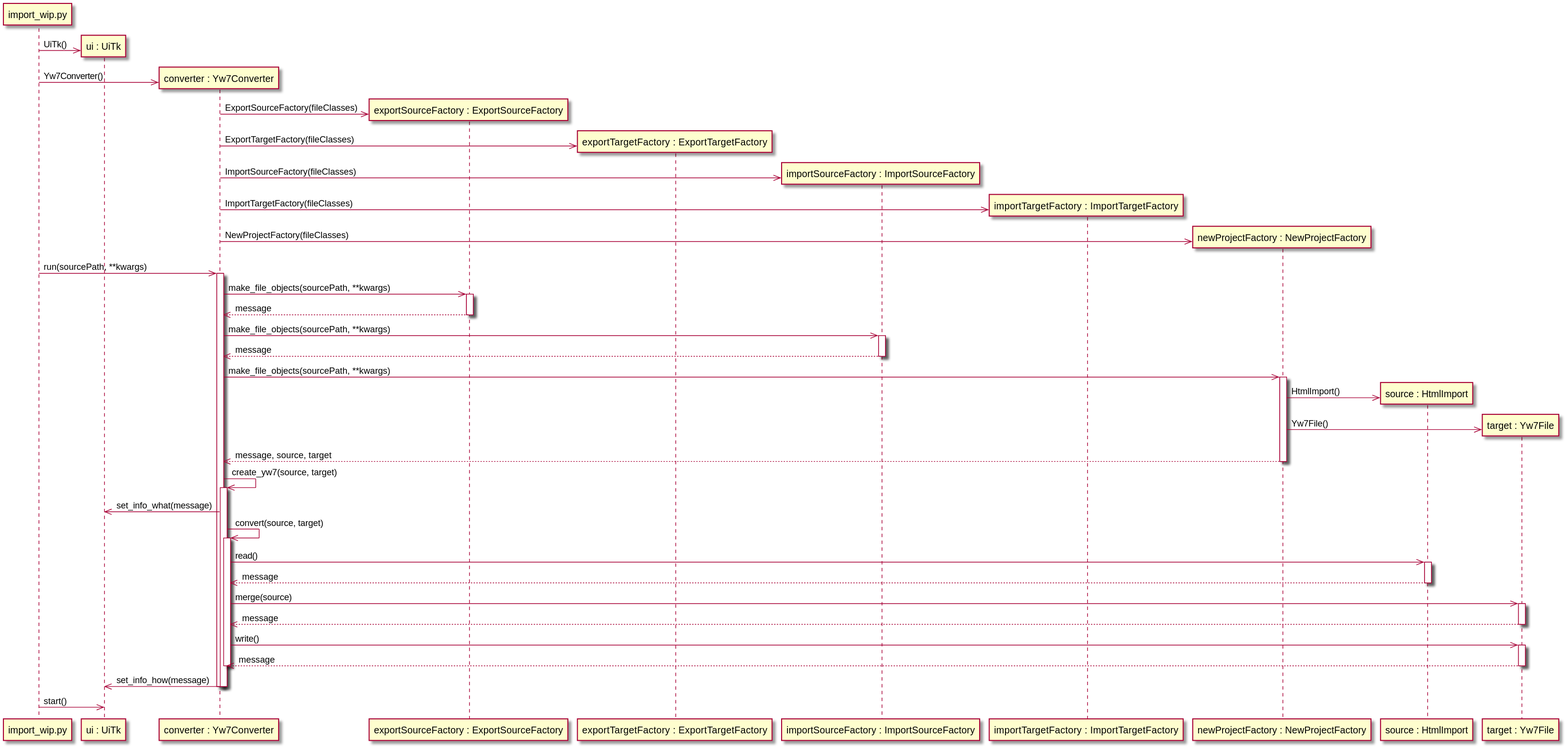
Earlier version of the PlantUML export docs/img/sd_create_yw_from_wip.svg (peter88213/PyWriter).
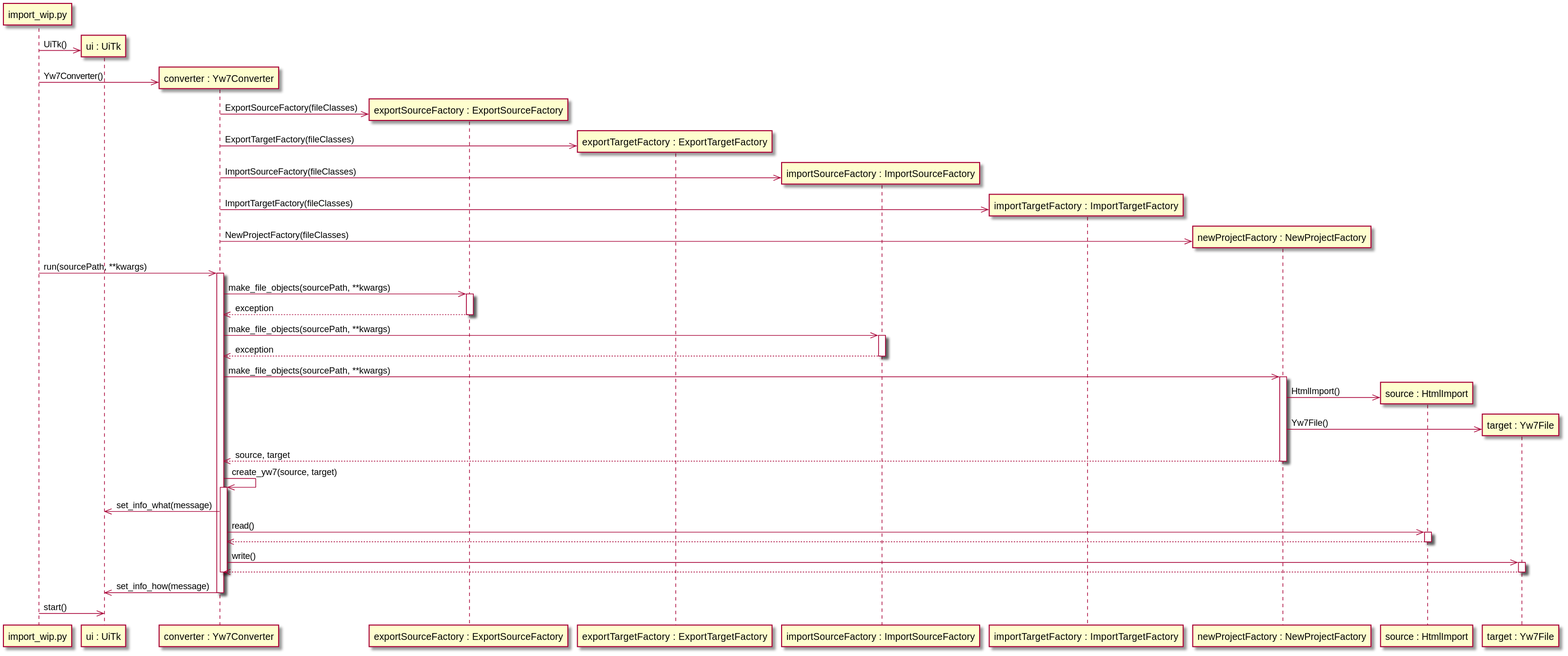
Later version of the same file.

What changed in the source:
```diff
@@ -28,13 +28,13 @@
 converter ->> exportSourceFactory : make_file_objects(sourcePath, **kwargs)
 
 activate exportSourceFactory
-exportSourceFactory -->> converter : message
+exportSourceFactory -->> converter : exception
 deactivate exportSourceFactory
 
 converter ->> importSourceFactory : make_file_objects(sourcePath, **kwargs)
 
 activate importSourceFactory
-importSourceFactory -->> converter : message
+importSourceFactory -->> converter : exception
 deactivate importSourceFactory
 
 converter ->> newProjectFactory : make_file_objects(sourcePath, **kwargs)
@@ -44,33 +44,25 @@
 newProjectFactory ->> source : HtmlImport()
 create "target : Yw7File" as target
 newProjectFactory ->> target : Yw7File()
-newProjectFactory -->> converter : message, source, target
+newProjectFactory -->> converter : source, target
 deactivate newProjectFactory
 
 converter ->> converter : create_yw7(source, target)
 activate converter
 converter ->> "ui : UiTk" : set_info_what(message)
-converter ->> converter : convert(source, target)
-activate converter
 
 converter ->> source : read()
 activate source
-source -->> converter : message
+source -->> converter
 deactivate source
-
-converter ->> target : merge(source)
-activate target
-target -->>  converter : message
-deactivate target
 
 converter ->> target : write()
 activate target
-target -->>  converter : message
+target -->> converter
+deactivate target
 deactivate converter
-deactivate target
 
 converter ->> "ui : UiTk" : set_info_how(message)
-deactivate converter
 deactivate converter
 
 script ->> "ui : UiTk" : start()
```
